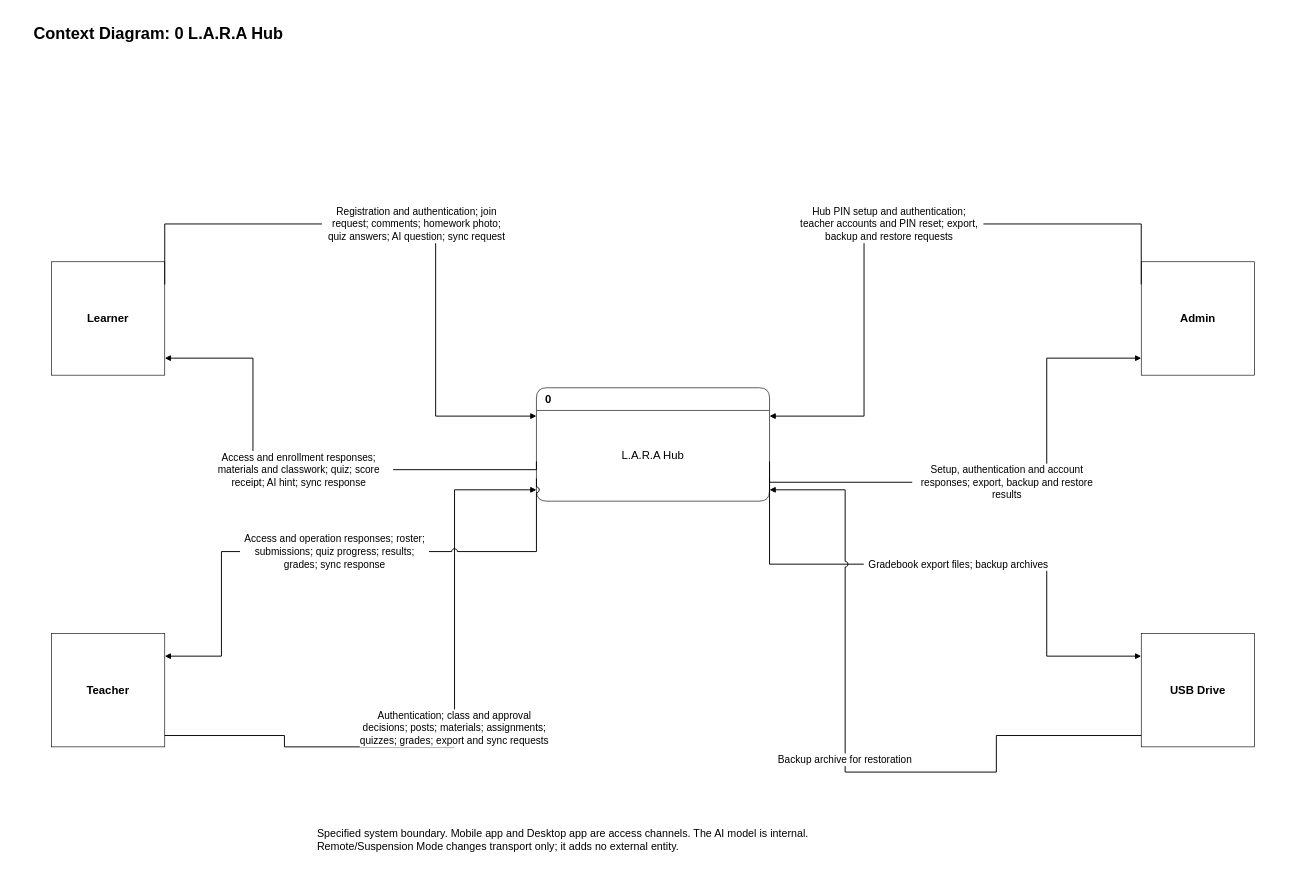
Earlier version of the draw.io diagram docs/thesis/chapter-3/diagrams/context-diagram.drawio (BootlegYouki/L.A.R.A). Source tidied: cells renumbered, new cells numbered last; positions are measured from the earlier drawing's top-left corner, leaving out a move shared by most shapes. Both pictures are drawn from the tidied source at 63%, with x=0, y=0 at pixel (32, 19).
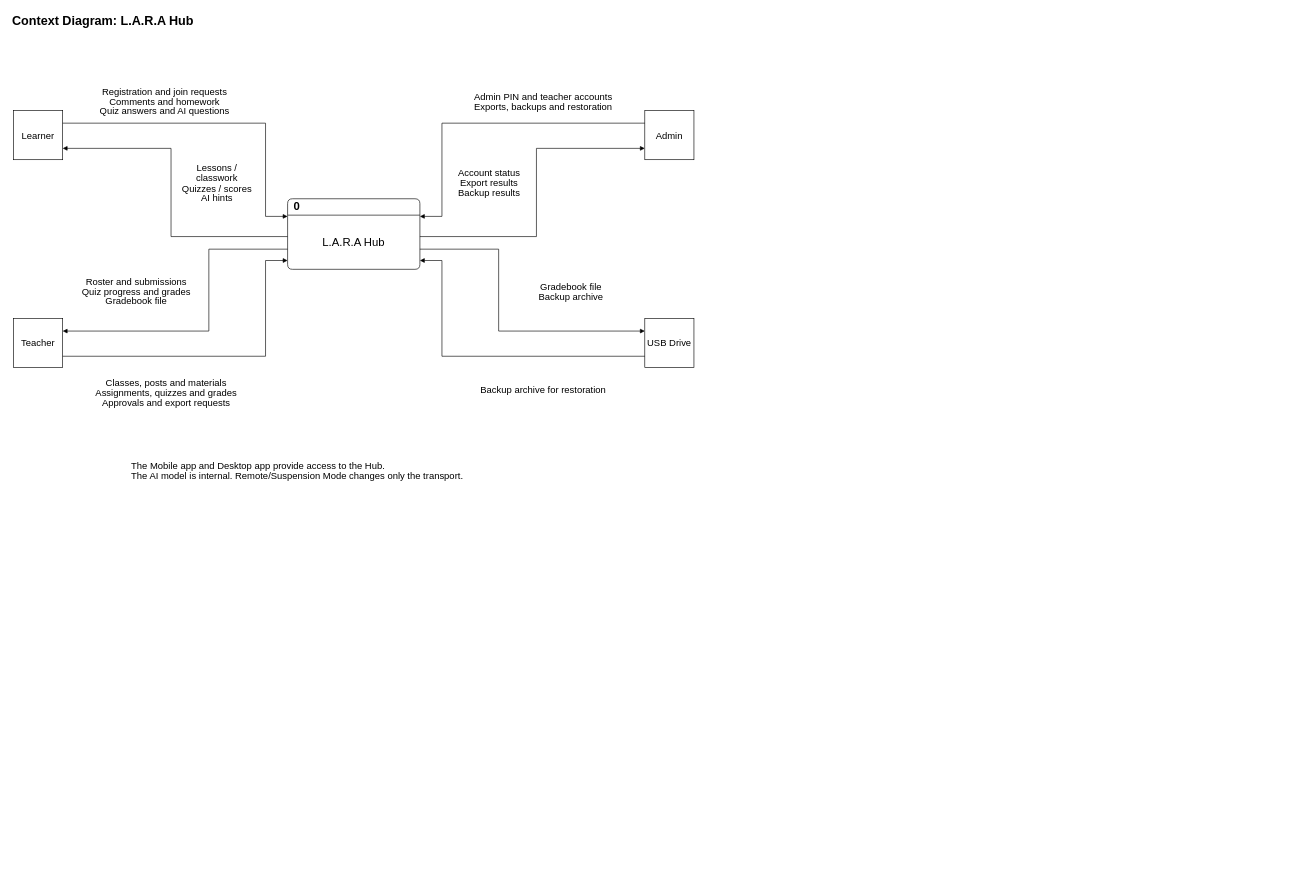
Above is the later version.

Change to the diagram source:
```diff
@@
-    <mxCell id="2" value="&lt;div style=&quot;white-space:normal;line-height:1.25;&quot;&gt;Context Diagram: 0 L.A.R.A Hub&lt;/div&gt;" style="text;html=1;align=left;verticalAlign=top;whiteSpace=wrap;overflow=hidden;strokeColor=none;fillColor=none;fontSize=17;fontSize=26;fontStyle=1;fontFamily=Arial;fontColor=#000000;" parent="1" vertex="1">
-      <mxGeometry width="2000" height="55" as="geometry" />
+    <mxCell id="2" value="&lt;div style=&quot;font-family:Arial;font-size:20px;line-height:1.05;&quot;&gt;Context Diagram: L.A.R.A Hub&lt;/div&gt;" style="html=1;whiteSpace=wrap;fontFamily=Arial;fontSize=20;fontColor=#000000;strokeColor=#000000;fillColor=#ffffff;text;strokeColor=none;fillColor=none;align=left;verticalAlign=middle;fontStyle=1;" parent="1" vertex="1">
+      <mxGeometry x="-34" y="-13" width="1088" height="30" as="geometry" />
     </mxCell>
-    <mxCell id="3" value="&lt;div style=&quot;font-family:Arial;font-size:18px;line-height:1.2;font-weight:bold;white-space:normal;&quot;&gt;0&lt;/div&gt;" style="strokeColor=#000000;fillColor=#ffffff;swimlane;horizontal=1;rounded=1;arcSize=15;swimlaneFillColor=#ffffff;html=1;whiteSpace=wrap;align=left;fontFamily=Arial;fontColor=#000000;fontSize=18;fontStyle=1;startSize=36;spacingLeft=12;" parent="1" vertex="1">
-      <mxGeometry x="800" y="585" width="370" height="180" as="geometry" />
+    <mxCell id="3" value="&lt;div style=&quot;font-family:Arial;font-size:18px;line-height:1.05;&quot;&gt;0&lt;/div&gt;" style="html=1;whiteSpace=wrap;fontFamily=Arial;fontSize=18;fontColor=#000000;strokeColor=#000000;fillColor=#ffffff;swimlane;startSize=26;rounded=1;arcSize=10;align=left;spacingLeft=8;swimlaneFillColor=#ffffff;fontStyle=1;" parent="1" vertex="1">
+      <mxGeometry x="405" y="285" width="210" height="112" as="geometry" />
     </mxCell>
-    <mxCell id="4" value="&lt;div style=&quot;font-family:Arial;font-size:18px;line-height:1.2;white-space:normal;&quot;&gt;L.A.R.A Hub&lt;/div&gt;" style="text;html=1;align=left;verticalAlign=top;whiteSpace=wrap;overflow=hidden;strokeColor=none;fillColor=none;align=center;verticalAlign=middle;fontSize=18;fontStyle=0;fontFamily=Arial;fontColor=#000000;" parent="3" vertex="1">
-      <mxGeometry x="12" y="46" width="346" height="122" as="geometry" />
+    <mxCell id="4" value="&lt;div style=&quot;font-family:Arial;font-size:18px;line-height:1.05;&quot;&gt;L.A.R.A Hub&lt;/div&gt;" style="html=1;whiteSpace=wrap;fontFamily=Arial;fontSize=18;fontColor=#000000;strokeColor=#000000;fillColor=#ffffff;text;strokeColor=none;fillColor=none;align=center;verticalAlign=middle;" parent="3" vertex="1">
+      <mxGeometry x="8" y="32" width="194" height="74" as="geometry" />
     </mxCell>
-    <mxCell id="5" value="&lt;div style=&quot;font-family:Arial;font-size:18px;line-height:1.2;font-weight:bold;white-space:normal;&quot;&gt;Learner&lt;/div&gt;" style="strokeColor=#000000;fillColor=#ffffff;rounded=0;whiteSpace=wrap;html=1;align=center;verticalAlign=middle;fontStyle=1;fontFamily=Arial;fontColor=#000000;fontSize=18;" parent="1" vertex="1">
-      <mxGeometry x="30" y="385" width="180" height="180" as="geometry" />
+    <mxCell id="5" value="&lt;div style=&quot;font-family:Arial;font-size:15px;line-height:1.05;&quot;&gt;Learner&lt;/div&gt;" style="html=1;whiteSpace=wrap;fontFamily=Arial;fontSize=15;fontColor=#000000;strokeColor=#000000;fillColor=#ffffff;rounded=0;align=center;verticalAlign=middle;" parent="1" vertex="1">
+      <mxGeometry x="-30" y="145" width="78" height="78" as="geometry" />
     </mxCell>
-    <mxCell id="6" value="&lt;div style=&quot;font-family:Arial;font-size:18px;line-height:1.2;font-weight:bold;white-space:normal;&quot;&gt;Teacher&lt;/div&gt;" style="strokeColor=#000000;fillColor=#ffffff;rounded=0;whiteSpace=wrap;html=1;align=center;verticalAlign=middle;fontStyle=1;fontFamily=Arial;fontColor=#000000;fontSize=18;" parent="1" vertex="1">
-      <mxGeometry x="30" y="975" width="180" height="180" as="geometry" />
+    <mxCell id="6" value="&lt;div style=&quot;font-family:Arial;font-size:15px;line-height:1.05;&quot;&gt;Teacher&lt;/div&gt;" style="html=1;whiteSpace=wrap;fontFamily=Arial;fontSize=15;fontColor=#000000;strokeColor=#000000;fillColor=#ffffff;rounded=0;align=center;verticalAlign=middle;" parent="1" vertex="1">
+      <mxGeometry x="-30" y="475" width="78" height="78" as="geometry" />
     </mxCell>
-    <mxCell id="7" value="&lt;div style=&quot;font-family:Arial;font-size:18px;line-height:1.2;font-weight:bold;white-space:normal;&quot;&gt;Admin&lt;/div&gt;" style="strokeColor=#000000;fillColor=#ffffff;rounded=0;whiteSpace=wrap;html=1;align=center;verticalAlign=middle;fontStyle=1;fontFamily=Arial;fontColor=#000000;fontSize=18;" parent="1" vertex="1">
-      <mxGeometry x="1760" y="385" width="180" height="180" as="geometry" />
+    <mxCell id="7" value="&lt;div style=&quot;font-family:Arial;font-size:15px;line-height:1.05;&quot;&gt;Admin&lt;/div&gt;" style="html=1;whiteSpace=wrap;fontFamily=Arial;fontSize=15;fontColor=#000000;strokeColor=#000000;fillColor=#ffffff;rounded=0;align=center;verticalAlign=middle;" parent="1" vertex="1">
+      <mxGeometry x="972" y="145" width="78" height="78" as="geometry" />
     </mxCell>
-    <mxCell id="8" value="&lt;div style=&quot;font-family:Arial;font-size:18px;line-height:1.2;font-weight:bold;white-space:normal;&quot;&gt;USB Drive&lt;/div&gt;" style="strokeColor=#000000;fillColor=#ffffff;rounded=0;whiteSpace=wrap;html=1;align=center;verticalAlign=middle;fontStyle=1;fontFamily=Arial;fontColor=#000000;fontSize=18;" parent="1" vertex="1">
-      <mxGeometry x="1760" y="975" width="180" height="180" as="geometry" />
+    <mxCell id="8" value="&lt;div style=&quot;font-family:Arial;font-size:15px;line-height:1.05;&quot;&gt;USB Drive&lt;/div&gt;" style="html=1;whiteSpace=wrap;fontFamily=Arial;fontSize=15;fontColor=#000000;strokeColor=#000000;fillColor=#ffffff;rounded=0;align=center;verticalAlign=middle;" parent="1" vertex="1">
+      <mxGeometry x="972" y="475" width="78" height="78" as="geometry" />
     </mxCell>
-    <mxCell id="9" value="&lt;div style=&quot;width:300px;white-space:normal;line-height:1.25;&quot;&gt;Registration and authentication; join request; comments; homework photo; quiz answers; AI question; sync request&lt;/div&gt;" style="edgeStyle=orthogonalEdgeStyle;rounded=0;html=1;endArrow=block;endFill=1;strokeColor=#000000;strokeWidth=1.5;fontColor=#000000;labelBackgroundColor=#ffffff;exitX=1;exitY=0.2;entryX=0;entryY=0.25;whiteSpace=wrap;labelWidth=300;fontFamily=Arial;fontSize=16;jumpStyle=arc;jumpSize=8;" parent="1" edge="1" source="5" target="3">
+    <mxCell id="9" style="edgeStyle=none;noEdgeStyle=1;rounded=0;html=1;jettySize=auto;strokeColor=#000000;strokeWidth=1;fillColor=#ffffff;fontColor=#000000;fontFamily=Arial;fontSize=15;exitX=1;exitY=0.2564102564;entryX=0;entryY=0.25;exitPerimeter=0;entryPerimeter=0;startArrow=none;endArrow=block;endFill=1;startSize=5;endSize=5;" parent="1" edge="1" source="5" target="3">
       <mxGeometry relative="1" as="geometry">
         <Array as="points">
-          <mxPoint x="400" y="325" />
-          <mxPoint x="640" y="325" />
-          <mxPoint x="640" y="605" />
+          <mxPoint x="370" y="165" />
+          <mxPoint x="370" y="313" />
         </Array>
       </mxGeometry>
     </mxCell>
+    <mxCell id="18" value="&lt;div style=&quot;font-family:Arial;font-size:15px;line-height:1.05;&quot;&gt;Registration and join requests&lt;br&gt;Comments and homework&lt;br&gt;Quiz answers and AI questions&lt;/div&gt;" style="html=1;whiteSpace=wrap;fontFamily=Arial;fontSize=15;fontColor=#000000;strokeColor=#000000;fillColor=#ffffff;text;strokeColor=none;fillColor=#ffffff;align=center;verticalAlign=middle;" parent="1" vertex="1">
+      <mxGeometry x="70" y="100" width="280" height="60" as="geometry" />
+    </mxCell>
-    <mxCell id="10" value="&lt;div style=&quot;width:300px;white-space:normal;line-height:1.25;&quot;&gt;Access and enrollment responses; materials and classwork; quiz; score receipt; AI hint; sync response&lt;/div&gt;" style="edgeStyle=orthogonalEdgeStyle;rounded=0;html=1;endArrow=block;endFill=1;strokeColor=#000000;strokeWidth=1.5;fontColor=#000000;labelBackgroundColor=#ffffff;exitX=0;exitY=0.65;entryX=1;entryY=0.85;whiteSpace=wrap;labelWidth=300;fontFamily=Arial;fontSize=16;jumpStyle=arc;jumpSize=8;" parent="1" edge="1" source="3" target="5">
+    <mxCell id="10" style="edgeStyle=none;noEdgeStyle=1;rounded=0;html=1;jettySize=auto;strokeColor=#000000;strokeWidth=1;fillColor=#ffffff;fontColor=#000000;fontFamily=Arial;fontSize=15;exitX=0;exitY=0.5357142857;entryX=1;entryY=0.7692307692;exitPerimeter=0;entryPerimeter=0;startArrow=none;endArrow=block;endFill=1;startSize=5;endSize=5;" parent="1" edge="1" source="3" target="5">
       <mxGeometry relative="1" as="geometry">
         <Array as="points">
-          <mxPoint x="530" y="715" />
-          <mxPoint x="350" y="715" />
-          <mxPoint x="350" y="515" />
+          <mxPoint x="220" y="345" />
+          <mxPoint x="220" y="205" />
         </Array>
       </mxGeometry>
     </mxCell>
+    <mxCell id="19" value="&lt;div style=&quot;font-family:Arial;font-size:15px;line-height:1.05;&quot;&gt;Lessons / classwork&lt;br&gt;Quizzes / scores&lt;br&gt;AI hints&lt;/div&gt;" style="html=1;whiteSpace=wrap;fontFamily=Arial;fontSize=15;fontColor=#000000;strokeColor=#000000;fillColor=#ffffff;text;strokeColor=none;fillColor=#ffffff;align=center;verticalAlign=middle;" parent="1" vertex="1">
+      <mxGeometry x="230" y="225" width="126" height="70" as="geometry" />
+    </mxCell>
-    <mxCell id="11" value="&lt;div style=&quot;width:300px;white-space:normal;line-height:1.25;&quot;&gt;Authentication; class and approval decisions; posts; materials; assignments; quizzes; grades; export and sync requests&lt;/div&gt;" style="edgeStyle=orthogonalEdgeStyle;rounded=0;html=1;endArrow=block;endFill=1;strokeColor=#000000;strokeWidth=1.5;fontColor=#000000;labelBackgroundColor=#ffffff;exitX=1;exitY=0.9;entryX=0;entryY=0.9;whiteSpace=wrap;labelWidth=300;fontFamily=Arial;fontSize=16;jumpStyle=arc;jumpSize=8;" parent="1" edge="1" source="6" target="3">
+    <mxCell id="11" style="edgeStyle=none;noEdgeStyle=1;rounded=0;html=1;jettySize=auto;strokeColor=#000000;strokeWidth=1;fillColor=#ffffff;fontColor=#000000;fontFamily=Arial;fontSize=15;exitX=1;exitY=0.7692307692;entryX=0;entryY=0.875;exitPerimeter=0;entryPerimeter=0;startArrow=none;endArrow=block;endFill=1;startSize=5;endSize=5;" parent="1" edge="1" source="6" target="3">
       <mxGeometry relative="1" as="geometry">
         <Array as="points">
-          <mxPoint x="400" y="1155" />
-          <mxPoint x="670" y="1155" />
-          <mxPoint x="670" y="747" />
+          <mxPoint x="370" y="535" />
+          <mxPoint x="370" y="383" />
         </Array>
       </mxGeometry>
     </mxCell>
+    <mxCell id="20" value="&lt;div style=&quot;font-family:Arial;font-size:15px;line-height:1.05;&quot;&gt;Classes, posts and materials&lt;br&gt;Assignments, quizzes and grades&lt;br&gt;Approvals and export requests&lt;/div&gt;" style="html=1;whiteSpace=wrap;fontFamily=Arial;fontSize=15;fontColor=#000000;strokeColor=#000000;fillColor=#ffffff;text;strokeColor=none;fillColor=#ffffff;align=center;verticalAlign=middle;" parent="1" vertex="1">
+      <mxGeometry x="70" y="560" width="285" height="65" as="geometry" />
+    </mxCell>
-    <mxCell id="12" value="&lt;div style=&quot;width:300px;white-space:normal;line-height:1.25;&quot;&gt;Access and operation responses; roster; submissions; quiz progress; results; grades; sync response&lt;/div&gt;" style="edgeStyle=orthogonalEdgeStyle;rounded=0;html=1;endArrow=block;endFill=1;strokeColor=#000000;strokeWidth=1.5;fontColor=#000000;labelBackgroundColor=#ffffff;exitX=0;exitY=0.8;entryX=1;entryY=0.2;whiteSpace=wrap;labelWidth=300;fontFamily=Arial;fontSize=16;jumpStyle=arc;jumpSize=8;" parent="1" edge="1" source="3" target="6">
+    <mxCell id="12" style="edgeStyle=none;noEdgeStyle=1;rounded=0;html=1;jettySize=auto;strokeColor=#000000;strokeWidth=1;fillColor=#ffffff;fontColor=#000000;fontFamily=Arial;fontSize=15;exitX=0;exitY=0.7142857143;entryX=1;entryY=0.2564102564;exitPerimeter=0;entryPerimeter=0;startArrow=none;endArrow=block;endFill=1;startSize=5;endSize=5;" parent="1" edge="1" source="3" target="6">
       <mxGeometry relative="1" as="geometry">
         <Array as="points">
-          <mxPoint x="500" y="845" />
-          <mxPoint x="300" y="845" />
-          <mxPoint x="300" y="1005" />
+          <mxPoint x="280" y="365" />
+          <mxPoint x="280" y="495" />
         </Array>
       </mxGeometry>
     </mxCell>
+    <mxCell id="21" value="&lt;div style=&quot;font-family:Arial;font-size:15px;line-height:1.05;&quot;&gt;Roster and submissions&lt;br&gt;Quiz progress and grades&lt;br&gt;Gradebook file&lt;/div&gt;" style="html=1;whiteSpace=wrap;fontFamily=Arial;fontSize=15;fontColor=#000000;strokeColor=#000000;fillColor=#ffffff;text;strokeColor=none;fillColor=#ffffff;align=center;verticalAlign=middle;" parent="1" vertex="1">
+      <mxGeometry x="65" y="399" width="200" height="66" as="geometry" />
+    </mxCell>
-    <mxCell id="13" value="&lt;div style=&quot;width:300px;white-space:normal;line-height:1.25;&quot;&gt;Hub PIN setup and authentication; teacher accounts and PIN reset; export, backup and restore requests&lt;/div&gt;" style="edgeStyle=orthogonalEdgeStyle;rounded=0;html=1;endArrow=block;endFill=1;strokeColor=#000000;strokeWidth=1.5;fontColor=#000000;labelBackgroundColor=#ffffff;exitX=0;exitY=0.2;entryX=1;entryY=0.25;whiteSpace=wrap;labelWidth=300;fontFamily=Arial;fontSize=16;jumpStyle=arc;jumpSize=8;" parent="1" edge="1" source="7" target="3">
+    <mxCell id="13" style="edgeStyle=none;noEdgeStyle=1;rounded=0;html=1;jettySize=auto;strokeColor=#000000;strokeWidth=1;fillColor=#ffffff;fontColor=#000000;fontFamily=Arial;fontSize=15;exitX=0;exitY=0.2564102564;entryX=1;entryY=0.25;exitPerimeter=0;entryPerimeter=0;startArrow=none;endArrow=block;endFill=1;startSize=5;endSize=5;" parent="1" edge="1" source="7" target="3">
       <mxGeometry relative="1" as="geometry">
         <Array as="points">
-          <mxPoint x="1530" y="325" />
-          <mxPoint x="1320" y="325" />
-          <mxPoint x="1320" y="615" />
+          <mxPoint x="650" y="165" />
+          <mxPoint x="650" y="313" />
         </Array>
       </mxGeometry>
     </mxCell>
+    <mxCell id="22" value="&lt;div style=&quot;font-family:Arial;font-size:15px;line-height:1.05;&quot;&gt;Admin PIN and teacher accounts&lt;br&gt;Exports, backups and restoration&lt;/div&gt;" style="html=1;whiteSpace=wrap;fontFamily=Arial;fontSize=15;fontColor=#000000;strokeColor=#000000;fillColor=#ffffff;text;strokeColor=none;fillColor=#ffffff;align=center;verticalAlign=middle;" parent="1" vertex="1">
+      <mxGeometry x="670" y="100" width="282" height="60" as="geometry" />
+    </mxCell>
-    <mxCell id="14" value="&lt;div style=&quot;width:300px;white-space:normal;line-height:1.25;&quot;&gt;Setup, authentication and account responses; export, backup and restore results&lt;/div&gt;" style="edgeStyle=orthogonalEdgeStyle;rounded=0;html=1;endArrow=block;endFill=1;strokeColor=#000000;strokeWidth=1.5;fontColor=#000000;labelBackgroundColor=#ffffff;exitX=1;exitY=0.65;entryX=0;entryY=0.85;whiteSpace=wrap;labelWidth=300;fontFamily=Arial;fontSize=16;jumpStyle=arc;jumpSize=8;" parent="1" edge="1" source="3" target="7">
+    <mxCell id="14" style="edgeStyle=none;noEdgeStyle=1;rounded=0;html=1;jettySize=auto;strokeColor=#000000;strokeWidth=1;fillColor=#ffffff;fontColor=#000000;fontFamily=Arial;fontSize=15;exitX=1;exitY=0.5357142857;entryX=0;entryY=0.7692307692;exitPerimeter=0;entryPerimeter=0;startArrow=none;endArrow=block;endFill=1;startSize=5;endSize=5;" parent="1" edge="1" source="3" target="7">
       <mxGeometry relative="1" as="geometry">
         <Array as="points">
-          <mxPoint x="1350" y="735" />
-          <mxPoint x="1610" y="735" />
-          <mxPoint x="1610" y="515" />
+          <mxPoint x="800" y="345" />
+          <mxPoint x="800" y="205" />
         </Array>
       </mxGeometry>
     </mxCell>
+    <mxCell id="23" value="&lt;div style=&quot;font-family:Arial;font-size:15px;line-height:1.05;&quot;&gt;Account status&lt;br&gt;Export results&lt;br&gt;Backup results&lt;/div&gt;" style="html=1;whiteSpace=wrap;fontFamily=Arial;fontSize=15;fontColor=#000000;strokeColor=#000000;fillColor=#ffffff;text;strokeColor=none;fillColor=#ffffff;align=center;verticalAlign=middle;" parent="1" vertex="1">
+      <mxGeometry x="664" y="225" width="122" height="70" as="geometry" />
+    </mxCell>
-    <mxCell id="15" value="&lt;div style=&quot;width:300px;white-space:normal;line-height:1.25;&quot;&gt;Gradebook export files; backup archives&lt;/div&gt;" style="edgeStyle=orthogonalEdgeStyle;rounded=0;html=1;endArrow=block;endFill=1;strokeColor=#000000;strokeWidth=1.5;fontColor=#000000;labelBackgroundColor=#ffffff;exitX=1;exitY=0.8;entryX=0;entryY=0.2;whiteSpace=wrap;labelWidth=300;fontFamily=Arial;fontSize=16;jumpStyle=arc;jumpSize=8;" parent="1" edge="1" source="3" target="8">
+    <mxCell id="15" style="edgeStyle=none;noEdgeStyle=1;rounded=0;html=1;jettySize=auto;strokeColor=#000000;strokeWidth=1;fillColor=#ffffff;fontColor=#000000;fontFamily=Arial;fontSize=15;exitX=1;exitY=0.7142857143;entryX=0;entryY=0.2564102564;exitPerimeter=0;entryPerimeter=0;startArrow=none;endArrow=block;endFill=1;startSize=5;endSize=5;" parent="1" edge="1" source="3" target="8">
       <mxGeometry relative="1" as="geometry">
         <Array as="points">
-          <mxPoint x="1390" y="865" />
-          <mxPoint x="1610" y="865" />
-          <mxPoint x="1610" y="1005" />
+          <mxPoint x="740" y="365" />
+          <mxPoint x="740" y="495" />
         </Array>
       </mxGeometry>
     </mxCell>
+    <mxCell id="24" value="&lt;div style=&quot;font-family:Arial;font-size:15px;line-height:1.05;&quot;&gt;Gradebook file&lt;br&gt;Backup archive&lt;/div&gt;" style="html=1;whiteSpace=wrap;fontFamily=Arial;fontSize=15;fontColor=#000000;strokeColor=#000000;fillColor=#ffffff;text;strokeColor=none;fillColor=#ffffff;align=center;verticalAlign=middle;" parent="1" vertex="1">
+      <mxGeometry x="755" y="399" width="200" height="66" as="geometry" />
+    </mxCell>
+    <mxCell id="25" style="edgeStyle=none;noEdgeStyle=1;rounded=0;html=1;jettySize=auto;strokeColor=#000000;strokeWidth=1;fillColor=#ffffff;fontColor=#000000;fontFamily=Arial;fontSize=15;exitX=0;exitY=0.7692307692;entryX=1;entryY=0.875;exitPerimeter=0;entryPerimeter=0;startArrow=none;endArrow=block;endFill=1;startSize=5;endSize=5;" parent="1" edge="1" source="8" target="3">
+      <mxGeometry relative="1" as="geometry">
+        <Array as="points">
+          <mxPoint x="650" y="535" />
+          <mxPoint x="650" y="383" />
+        </Array>
+      </mxGeometry>
+    </mxCell>
-    <mxCell id="16" value="&lt;div style=&quot;width:300px;white-space:normal;line-height:1.25;&quot;&gt;Backup archive for restoration&lt;/div&gt;" style="edgeStyle=orthogonalEdgeStyle;rounded=0;html=1;endArrow=block;endFill=1;strokeColor=#000000;strokeWidth=1.5;fontColor=#000000;labelBackgroundColor=#ffffff;exitX=0;exitY=0.9;entryX=1;entryY=0.9;whiteSpace=wrap;labelWidth=300;fontFamily=Arial;fontSize=16;jumpStyle=arc;jumpSize=8;" parent="1" edge="1" source="8" target="3">
-      <mxGeometry relative="1" as="geometry">
-        <Array as="points">
-          <mxPoint x="1530" y="1195" />
-          <mxPoint x="1290" y="1195" />
-          <mxPoint x="1290" y="747" />
-        </Array>
-      </mxGeometry>
+    <mxCell id="16" value="&lt;div style=&quot;font-family:Arial;font-size:15px;line-height:1.05;&quot;&gt;Backup archive for restoration&lt;/div&gt;" style="html=1;whiteSpace=wrap;fontFamily=Arial;fontSize=15;fontColor=#000000;strokeColor=#000000;fillColor=#ffffff;text;strokeColor=none;fillColor=#ffffff;align=center;verticalAlign=middle;" parent="1" vertex="1">
+      <mxGeometry x="670" y="560" width="282" height="55" as="geometry" />
     </mxCell>
-    <mxCell id="17" value="&lt;div style=&quot;white-space:normal;line-height:1.25;&quot;&gt;Specified system boundary. Mobile app and Desktop app are access channels. The AI model is internal.&lt;br&gt;Remote/Suspension Mode changes transport only; it adds no external entity.&lt;/div&gt;" style="text;html=1;align=left;verticalAlign=top;whiteSpace=wrap;overflow=hidden;strokeColor=none;fillColor=none;fontSize=17;fontSize=17;fontStyle=0;fontFamily=Arial;fontColor=#000000;" parent="1" vertex="1">
-      <mxGeometry x="450" y="1275" width="1100" height="90" as="geometry" />
+    <mxCell id="17" value="&lt;div style=&quot;font-family:Arial;font-size:15px;line-height:1.05;&quot;&gt;The Mobile app and Desktop app provide access to the Hub.&lt;br&gt;The AI model is internal. Remote/Suspension Mode changes only the transport.&lt;/div&gt;" style="html=1;whiteSpace=wrap;fontFamily=Arial;fontSize=15;fontColor=#000000;strokeColor=#000000;fillColor=#ffffff;text;strokeColor=none;fillColor=none;align=left;verticalAlign=middle;" parent="1" vertex="1">
+      <mxGeometry x="155" y="690" width="710" height="52" as="geometry" />
     </mxCell>
```
